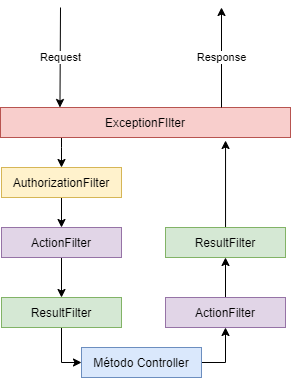
Above: Clases/DiagramaFases.png in ORT-DA2/TECNOLOGIA-2020.1 (draw.io), before the change. Source tidied: cells renumbered, new cells last; positions are measured from the earlier drawing's top-left corner, leaving out a move shared by most shapes.
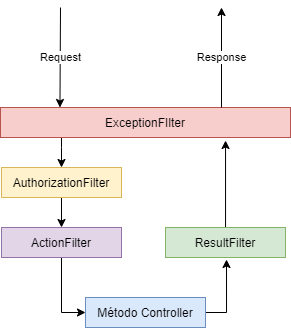
The same file after the commit.

The edit, as a diff of the source:
```diff
@@ -8,9 +8,9 @@
     <mxCell id="3" value="AuthorizationFilter" style="rounded=0;whiteSpace=wrap;html=1;fillColor=#fff2cc;strokeColor=#d6b656;" parent="1" vertex="1">
       <mxGeometry x="1" y="160" width="120" height="30" as="geometry" />
     </mxCell>
-    <mxCell id="4" style="edgeStyle=orthogonalEdgeStyle;rounded=0;jettySize=auto;html=1;" parent="1" edge="1" source="5" target="13">
-      <mxGeometry relative="1" as="geometry" />
-    </mxCell>
+    <mxCell id="18" style="edgeStyle=orthogonalEdgeStyle;rounded=0;jettySize=auto;html=1;entryX=0;entryY=0.5;entryDx=0;entryDy=0;" parent="1" edge="1" source="5" target="9">
+      <mxGeometry relative="1" as="geometry" />
+    </mxCell>
     <mxCell id="5" value="ActionFilter&lt;span style=&quot;font-family: monospace ; font-size: 0px&quot;&gt;%3CmxGraphModel%3E%3Croot%3E%3CmxCell%20id%3D%220%22%2F%3E%3CmxCell%20id%3D%221%22%20parent%3D%220%22%2F%3E%3CmxCell%20id%3D%222%22%20value%3D%22AuthorizationFilter%22%20style%3D%22rounded%3D0%3BwhiteSpace%3Dwrap%3Bhtml%3D1%3B%22%20vertex%3D%221%22%20parent%3D%221%22%3E%3CmxGeometry%20x%3D%22180%22%20y%3D%22230%22%20width%3D%22120%22%20height%3D%2230%22%20as%3D%22geometry%22%2F%3E%3C%2FmxCell%3E%3C%2Froot%3E%3C%2FmxGraphModel%3E&lt;/span&gt;" style="rounded=0;whiteSpace=wrap;html=1;fillColor=#e1d5e7;strokeColor=#9673a6;" parent="1" vertex="1">
       <mxGeometry x="1" y="220" width="120" height="30" as="geometry" />
     </mxCell>
@@ -20,28 +20,17 @@
     <mxCell id="7" value="ResultFilter" style="rounded=0;whiteSpace=wrap;html=1;fillColor=#d5e8d4;strokeColor=#82b366;" parent="1" vertex="1">
       <mxGeometry x="165" y="220" width="120" height="30" as="geometry" />
     </mxCell>
-    <mxCell id="8" style="edgeStyle=orthogonalEdgeStyle;rounded=0;jettySize=auto;html=1;entryX=0.5;entryY=1;entryDx=0;entryDy=0;" parent="1" edge="1" source="9" target="11">
-      <mxGeometry relative="1" as="geometry">
-        <Array as="points">
-          <mxPoint x="225" y="355" />
-        </Array>
-      </mxGeometry>
-    </mxCell>
+    <mxCell id="19" style="edgeStyle=orthogonalEdgeStyle;rounded=0;jettySize=auto;html=1;exitX=1;exitY=0.5;exitDx=0;exitDy=0;" parent="1" edge="1" source="9">
+      <mxGeometry relative="1" as="geometry">
+        <mxPoint x="226" y="252" as="targetPoint" />
+        <Array as="points">
+          <mxPoint x="226" y="305" />
+        </Array>
+      </mxGeometry>
+    </mxCell>
     <mxCell id="9" value="Método Controller" style="rounded=0;whiteSpace=wrap;html=1;fillColor=#dae8fc;strokeColor=#6c8ebf;" parent="1" vertex="1">
-      <mxGeometry x="81" y="340" width="120" height="30" as="geometry" />
+      <mxGeometry x="85" y="290" width="120" height="30" as="geometry" />
     </mxCell>
-    <mxCell id="10" style="edgeStyle=orthogonalEdgeStyle;rounded=0;jettySize=auto;html=1;" parent="1" edge="1" source="11" target="7">
-      <mxGeometry relative="1" as="geometry" />
-    </mxCell>
-    <mxCell id="11" value="ActionFilter&lt;span style=&quot;font-family: monospace ; font-size: 0px&quot;&gt;%3CmxGraphModel%3E%3Croot%3E%3CmxCell%20id%3D%220%22%2F%3E%3CmxCell%20id%3D%221%22%20parent%3D%220%22%2F%3E%3CmxCell%20id%3D%222%22%20value%3D%22AuthorizationFilter%22%20style%3D%22rounded%3D0%3BwhiteSpace%3Dwrap%3Bhtml%3D1%3B%22%20vertex%3D%221%22%20parent%3D%221%22%3E%3CmxGeometry%20x%3D%22180%22%20y%3D%22230%22%20width%3D%22120%22%20height%3D%2230%22%20as%3D%22geometry%22%2F%3E%3C%2FmxCell%3E%3C%2Froot%3E%3C%2FmxGraphModel%3E&lt;/span&gt;" style="rounded=0;whiteSpace=wrap;html=1;fillColor=#e1d5e7;strokeColor=#9673a6;" parent="1" vertex="1">
-      <mxGeometry x="165" y="290" width="120" height="30" as="geometry" />
-    </mxCell>
-    <mxCell id="12" style="edgeStyle=orthogonalEdgeStyle;rounded=0;jettySize=auto;html=1;entryX=0;entryY=0.5;entryDx=0;entryDy=0;" parent="1" edge="1" source="13" target="9">
-      <mxGeometry relative="1" as="geometry" />
-    </mxCell>
-    <mxCell id="13" value="ResultFilter" style="rounded=0;whiteSpace=wrap;html=1;fillColor=#d5e8d4;strokeColor=#82b366;" parent="1" vertex="1">
-      <mxGeometry x="1" y="290" width="120" height="30" as="geometry" />
-    </mxCell>
     <mxCell id="14" style="edgeStyle=orthogonalEdgeStyle;rounded=0;jettySize=auto;html=1;entryX=0.5;entryY=0;entryDx=0;entryDy=0;" parent="1" edge="1" source="15" target="3">
       <mxGeometry relative="1" as="geometry">
         <Array as="points">
```
